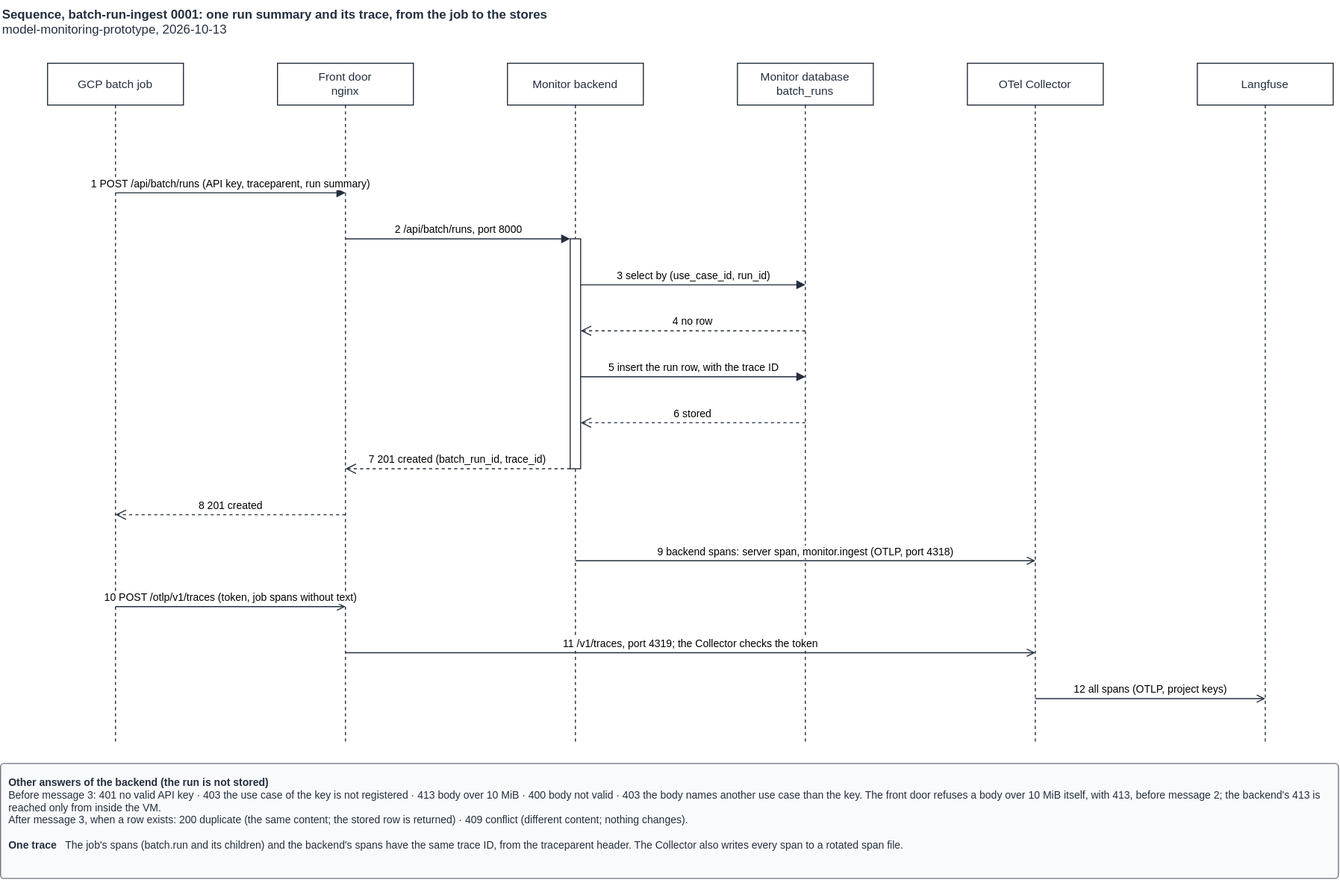
Before: docs/diagram/sequence/batch-run-ingest/0001-run-summary-and-trace.drawio.svg, a diagram exported from draw.io (tkhongsap-io/model-monitoring-prototype). Source tidied: cells renumbered, new cells last; positions are measured from the earlier drawing's top-left corner, leaving out a move shared by most shapes.
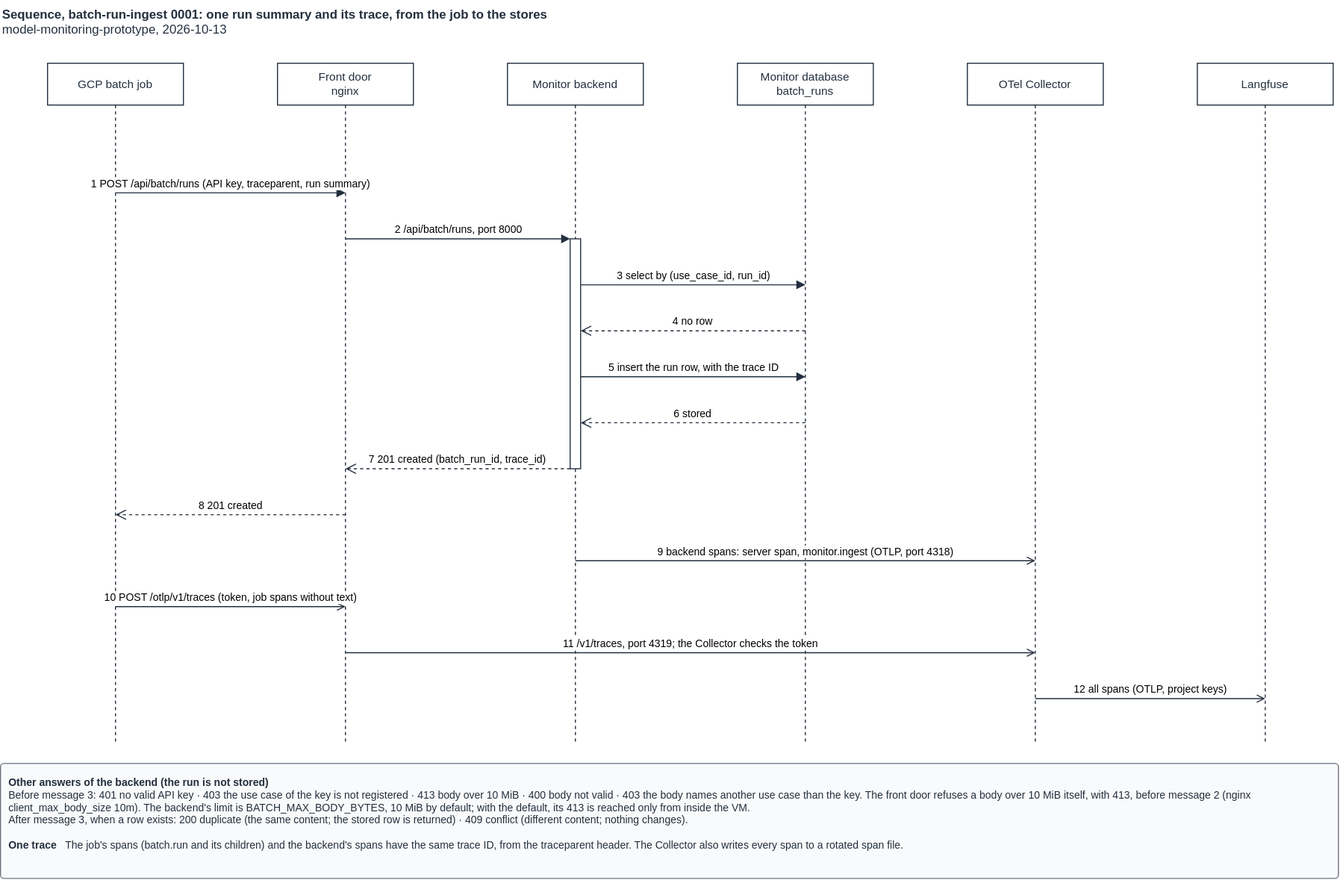
Above is the later version.

Commit message:
docs(s3-08b): sequence note names the backend's BATCH_MAX_BODY_BYTES

Review of #89, finding 7: the backend's body limit comes from
BATCH_MAX_BODY_BYTES (10 MiB by default), while nginx has 10m in its file.
The note no longer says the two limits are always the same. Fixed in place.

What changed in the source:
```diff
@@ -98,7 +98,7 @@
         <mxPoint x="1210" y="668" as="targetPoint" />
       </mxGeometry>
     </mxCell>
-    <mxCell id="22" value="&lt;b&gt;Other answers of the backend (the run is not stored)&lt;/b&gt;&lt;br&gt;Before message 3: 401 no valid API key · 403 the use case of the key is not registered · 413 body over 10 MiB · 400 body not valid · 403 the body names another use case than the key. The front door refuses a body over 10 MiB itself, with 413, before message 2; the backend's 413 is reached only from inside the VM.&lt;br&gt;After message 3, when a row exists: 200 duplicate (the same content; the stored row is returned) · 409 conflict (different content; nothing changes).&lt;br&gt;&lt;br&gt;&lt;b&gt;One trace&lt;/b&gt; &amp;nbsp; The job's spans (batch.run and its children) and the backend's spans have the same trace ID, from the traceparent header. The Collector also writes every span to a rotated span file." style="text;html=1;align=left;verticalAlign=top;whiteSpace=wrap;fontSize=10;fontColor=#232F3E;fillColor=#F9FAFB;strokeColor=#6B7280;spacing=8;rounded=1;arcSize=3;" parent="1" vertex="1">
+    <mxCell id="22" value="&lt;b&gt;Other answers of the backend (the run is not stored)&lt;/b&gt;&lt;br&gt;Before message 3: 401 no valid API key · 403 the use case of the key is not registered · 413 body over 10 MiB · 400 body not valid · 403 the body names another use case than the key. The front door refuses a body over 10 MiB itself, with 413, before message 2 (nginx client_max_body_size 10m). The backend's limit is BATCH_MAX_BODY_BYTES, 10 MiB by default; with the default, its 413 is reached only from inside the VM.&lt;br&gt;After message 3, when a row exists: 200 duplicate (the same content; the stored row is returned) · 409 conflict (different content; nothing changes).&lt;br&gt;&lt;br&gt;&lt;b&gt;One trace&lt;/b&gt; &amp;nbsp; The job's spans (batch.run and its children) and the backend's spans have the same trace ID, from the traceparent header. The Collector also writes every span to a rotated span file." style="text;html=1;align=left;verticalAlign=top;whiteSpace=wrap;fontSize=10;fontColor=#232F3E;fillColor=#F9FAFB;strokeColor=#6B7280;spacing=8;rounded=1;arcSize=3;" parent="1" vertex="1">
       <mxGeometry y="730" width="1280" height="110" as="geometry" />
     </mxCell>
   </root>
```
